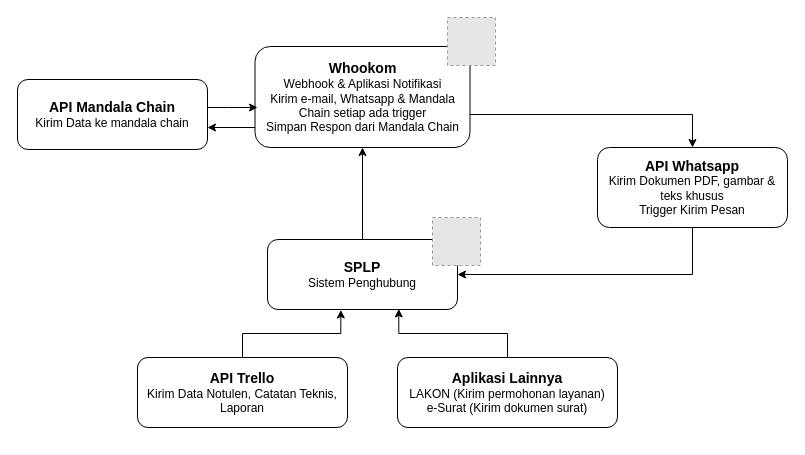
Earlier version of the draw.io diagram env_designs/bagan_integrasi_mandala_chain.drawio (zeneight/drawio). Source tidied: cells renumbered, new cells numbered last; positions are measured from the earlier drawing's top-left corner, leaving out a move shared by most shapes. Both pictures are drawn from the tidied source at 100%, with x=0, y=0 at pixel (17, 17). Pictures stored in the file or linked from it are replaced by grey dashed boxes.
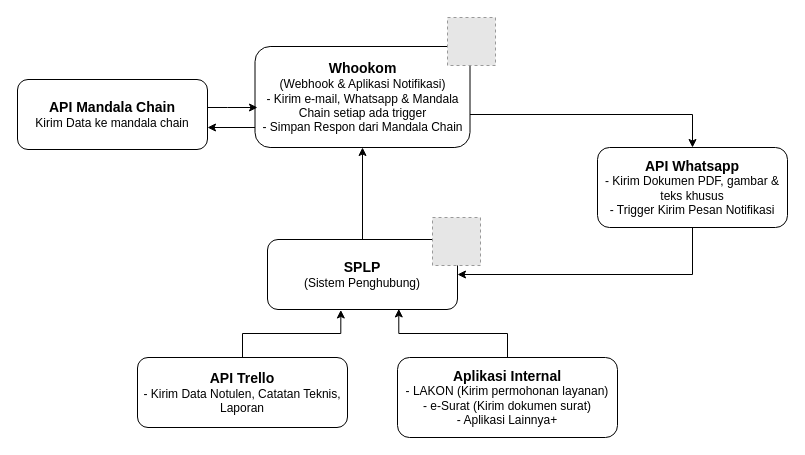
The same page after the edit.

Diff of the diagram source:
```diff
@@
-    <mxCell id="4" value="&lt;div style=&quot;font-size: 13px;&quot;&gt;&lt;font size=&quot;1&quot;&gt;&lt;b style=&quot;font-size: 14px;&quot;&gt;Whookom&lt;/b&gt;&lt;/font&gt;&lt;/div&gt;&lt;div&gt;Webhook &amp;amp; Aplikasi Notifikasi&lt;/div&gt;&lt;div&gt;Kirim e-mail, Whatsapp &amp;amp; Mandala Chain setiap ada trigger&lt;/div&gt;&lt;div&gt;Simpan Respon dari Mandala Chain&lt;/div&gt;" style="rounded=1;whiteSpace=wrap;html=1;" parent="1" vertex="1">
+    <mxCell id="4" value="&lt;div style=&quot;font-size: 13px;&quot;&gt;&lt;font size=&quot;1&quot;&gt;&lt;b style=&quot;font-size: 14px;&quot;&gt;Whookom&lt;/b&gt;&lt;/font&gt;&lt;/div&gt;&lt;div&gt;(Webhook &amp;amp; Aplikasi Notifikasi)&lt;/div&gt;&lt;div&gt;- Kirim e-mail, Whatsapp &amp;amp; Mandala Chain setiap ada trigger&lt;/div&gt;&lt;div&gt;- Simpan Respon dari Mandala Chain&lt;/div&gt;" style="rounded=1;whiteSpace=wrap;html=1;" parent="1" vertex="1">
       <mxGeometry x="237.5" y="29" width="215" height="101" as="geometry" />
     </mxCell>
@@
-    <mxCell id="6" value="&lt;div style=&quot;font-size: 13px;&quot;&gt;&lt;font size=&quot;1&quot;&gt;&lt;b style=&quot;font-size: 14px;&quot;&gt;SPLP&lt;/b&gt;&lt;/font&gt;&lt;/div&gt;&lt;div&gt;Sistem Penghubung&lt;br&gt;&lt;/div&gt;" style="rounded=1;whiteSpace=wrap;html=1;" parent="1" vertex="1">
+    <mxCell id="6" value="&lt;div style=&quot;font-size: 13px;&quot;&gt;&lt;font size=&quot;1&quot;&gt;&lt;b style=&quot;font-size: 14px;&quot;&gt;SPLP&lt;/b&gt;&lt;/font&gt;&lt;/div&gt;&lt;div&gt;(Sistem Penghubung)&lt;/div&gt;" style="rounded=1;whiteSpace=wrap;html=1;" parent="1" vertex="1">
       <mxGeometry x="250" y="222" width="190" height="70" as="geometry" />
     </mxCell>
@@
-    <mxCell id="10" value="&lt;div style=&quot;font-size: 13px;&quot;&gt;&lt;font size=&quot;1&quot;&gt;&lt;b style=&quot;font-size: 14px;&quot;&gt;API Whatsapp&lt;/b&gt;&lt;/font&gt;&lt;/div&gt;&lt;div&gt;Kirim Dokumen PDF, gambar &amp;amp; teks khusus&lt;br&gt;Trigger Kirim Pesan&lt;/div&gt;" style="rounded=1;whiteSpace=wrap;html=1;" parent="1" vertex="1">
+    <mxCell id="10" value="&lt;div style=&quot;font-size: 13px;&quot;&gt;&lt;font size=&quot;1&quot;&gt;&lt;b style=&quot;font-size: 14px;&quot;&gt;API Whatsapp&lt;/b&gt;&lt;/font&gt;&lt;/div&gt;&lt;div&gt;- Kirim Dokumen PDF, gambar &amp;amp; teks khusus&lt;br&gt;- Trigger Kirim Pesan Notifikasi&lt;/div&gt;" style="rounded=1;whiteSpace=wrap;html=1;" parent="1" vertex="1">
       <mxGeometry x="580" y="130" width="190" height="80" as="geometry" />
     </mxCell>
-    <mxCell id="11" value="&lt;div style=&quot;font-size: 13px;&quot;&gt;&lt;font size=&quot;1&quot;&gt;&lt;b style=&quot;font-size: 14px;&quot;&gt;Aplikasi Lainnya&lt;/b&gt;&lt;/font&gt;&lt;/div&gt;&lt;div&gt;LAKON (Kirim permohonan layanan)&lt;/div&gt;&lt;div&gt;e-Surat (Kirim dokumen surat)&lt;/div&gt;" style="rounded=1;whiteSpace=wrap;html=1;" parent="1" vertex="1">
-      <mxGeometry x="380" y="340" width="220" height="70" as="geometry" />
+    <mxCell id="11" value="&lt;div style=&quot;font-size: 13px;&quot;&gt;&lt;font size=&quot;1&quot;&gt;&lt;b style=&quot;font-size: 14px;&quot;&gt;Aplikasi Internal&lt;/b&gt;&lt;/font&gt;&lt;/div&gt;&lt;div&gt;- LAKON (Kirim permohonan layanan)&lt;/div&gt;&lt;div&gt;- e-Surat (Kirim dokumen surat)&lt;/div&gt;&lt;div&gt;- Aplikasi Lainnya+&lt;/div&gt;" style="rounded=1;whiteSpace=wrap;html=1;" parent="1" vertex="1">
+      <mxGeometry x="380" y="340" width="220" height="80" as="geometry" />
     </mxCell>
-    <mxCell id="12" value="&lt;div style=&quot;font-size: 13px;&quot;&gt;&lt;font size=&quot;1&quot;&gt;&lt;b style=&quot;font-size: 14px;&quot;&gt;API Trello&lt;/b&gt;&lt;/font&gt;&lt;/div&gt;Kirim Data Notulen, Catatan Teknis, Laporan" style="rounded=1;whiteSpace=wrap;html=1;" parent="1" vertex="1">
+    <mxCell id="12" value="&lt;div style=&quot;font-size: 13px;&quot;&gt;&lt;font size=&quot;1&quot;&gt;&lt;b style=&quot;font-size: 14px;&quot;&gt;API Trello&lt;/b&gt;&lt;/font&gt;&lt;/div&gt;- Kirim Data Notulen, Catatan Teknis, Laporan" style="rounded=1;whiteSpace=wrap;html=1;" parent="1" vertex="1">
       <mxGeometry x="120" y="340" width="210" height="70" as="geometry" />
     </mxCell>
```
